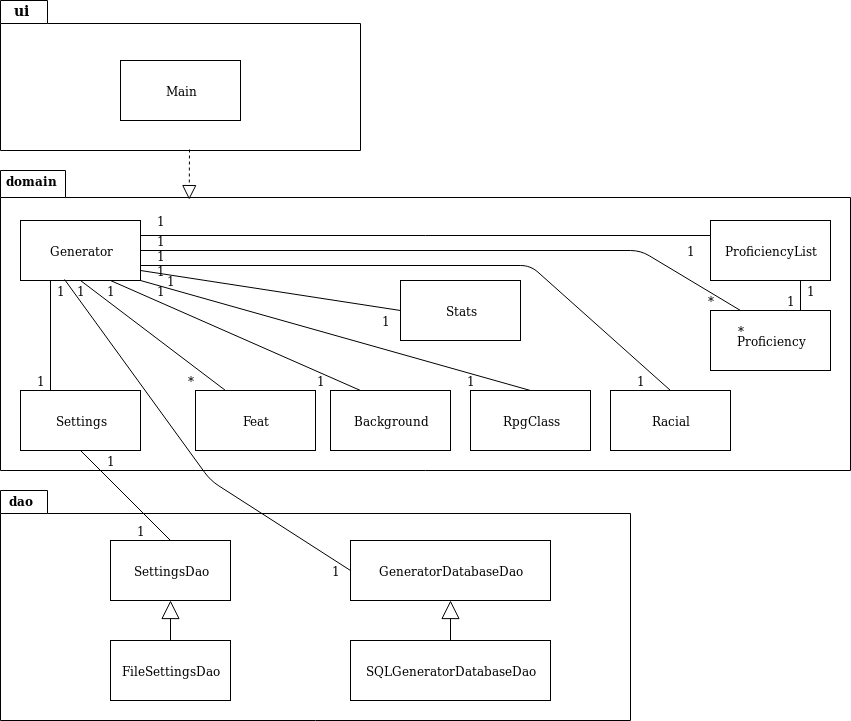
Above: dokumentointi/pakkauskaavio.png in Fumblessi/ot-harjoitustyo (draw.io), before the change. Source tidied: cells renumbered, new cells last; positions are measured from the earlier drawing's top-left corner, leaving out a move shared by most shapes.
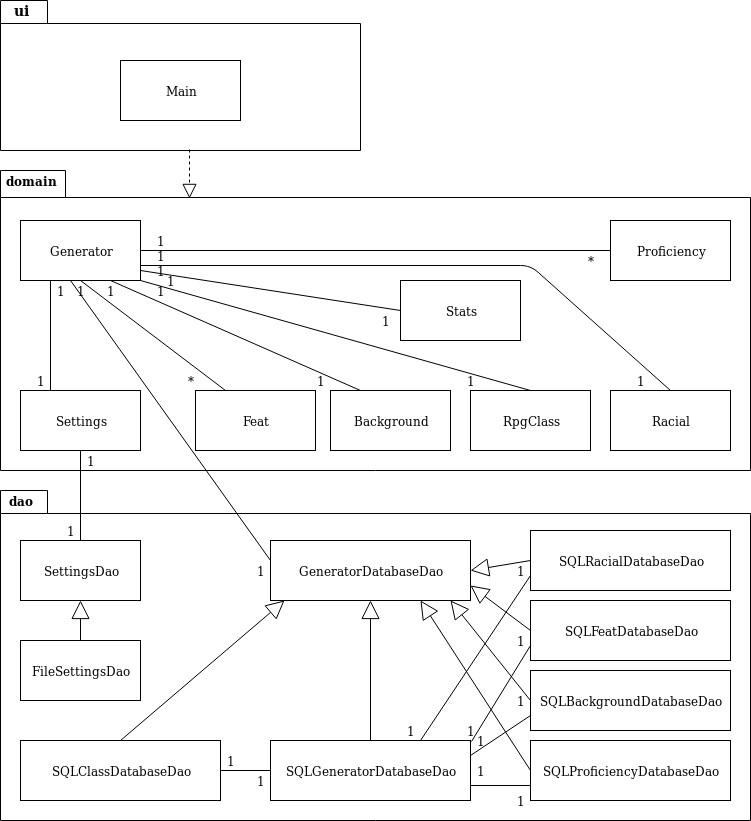
After the change.

Commit message:
uusi pakkauskaavio

Diff of the diagram source:
```diff
@@ -9,10 +9,10 @@
       <mxGeometry width="40" height="20" as="geometry" />
     </mxCell>
     <mxCell id="4" style="shape=folder;fontStyle=1;spacingTop=10;tabWidth=65;tabHeight=27;tabPosition=left;html=1;" parent="1" vertex="1">
-      <mxGeometry y="170" width="850" height="300" as="geometry" />
+      <mxGeometry y="170" width="750" height="300" as="geometry" />
     </mxCell>
     <mxCell id="5" style="shape=folder;fontStyle=1;spacingTop=10;tabWidth=47;tabHeight=23;tabPosition=left;html=1;" parent="1" vertex="1">
-      <mxGeometry y="490" width="630" height="230" as="geometry" />
+      <mxGeometry y="490" width="750" height="330" as="geometry" />
     </mxCell>
     <mxCell id="6" value="&lt;b&gt;domain&lt;/b&gt;" style="text;html=1;strokeColor=none;fillColor=none;align=center;verticalAlign=middle;whiteSpace=wrap;rounded=0;" parent="1" vertex="1">
       <mxGeometry x="10" y="170" width="40" height="20" as="geometry" />
@@ -23,7 +23,7 @@
     <mxCell id="8" value="Main" style="rounded=0;whiteSpace=wrap;html=1;" parent="1" vertex="1">
       <mxGeometry x="120" y="60" width="120" height="60" as="geometry" />
     </mxCell>
-    <mxCell id="9" style="endArrow=block;dashed=1;endFill=0;endSize=12;html=1;entryX=0.222;entryY=0.097;entryDx=0;entryDy=0;entryPerimeter=0;" parent="1" edge="1" target="4">
+    <mxCell id="9" style="endArrow=block;dashed=1;endFill=0;endSize=12;html=1;entryX=0.252;entryY=0.093;entryDx=0;entryDy=0;entryPerimeter=0;" parent="1" edge="1" target="4">
       <mxGeometry relative="1" as="geometry">
         <mxPoint x="189" y="149" as="sourcePoint" />
       </mxGeometry>
@@ -34,11 +34,8 @@
     <mxCell id="11" value="Settings" style="rounded=0;whiteSpace=wrap;html=1;" parent="1" vertex="1">
       <mxGeometry x="20" y="390" width="120" height="60" as="geometry" />
     </mxCell>
-    <mxCell id="12" value="ProficiencyList" style="rounded=0;whiteSpace=wrap;html=1;" parent="1" vertex="1">
-      <mxGeometry x="710" y="220" width="120" height="60" as="geometry" />
-    </mxCell>
     <mxCell id="13" value="Proficiency" style="rounded=0;whiteSpace=wrap;html=1;" parent="1" vertex="1">
-      <mxGeometry x="710" y="310" width="120" height="60" as="geometry" />
+      <mxGeometry x="610" y="220" width="120" height="60" as="geometry" />
     </mxCell>
     <mxCell id="14" value="Background" style="rounded=0;whiteSpace=wrap;html=1;" parent="1" vertex="1">
       <mxGeometry x="330" y="390" width="120" height="60" as="geometry" />
@@ -53,16 +50,16 @@
       <mxGeometry x="195" y="390" width="120" height="60" as="geometry" />
     </mxCell>
     <mxCell id="18" value="SettingsDao" style="rounded=0;whiteSpace=wrap;html=1;" parent="1" vertex="1">
-      <mxGeometry x="110" y="540" width="120" height="60" as="geometry" />
+      <mxGeometry x="20" y="540" width="120" height="60" as="geometry" />
     </mxCell>
     <mxCell id="19" value="FileSettingsDao" style="rounded=0;whiteSpace=wrap;html=1;" parent="1" vertex="1">
-      <mxGeometry x="110" y="640" width="120" height="60" as="geometry" />
+      <mxGeometry x="20" y="640" width="120" height="60" as="geometry" />
     </mxCell>
     <mxCell id="20" value="GeneratorDatabaseDao" style="rounded=0;whiteSpace=wrap;html=1;" parent="1" vertex="1">
-      <mxGeometry x="350" y="540" width="200" height="60" as="geometry" />
+      <mxGeometry x="270" y="540" width="200" height="60" as="geometry" />
     </mxCell>
     <mxCell id="21" value="SQLGeneratorDatabaseDao" style="rounded=0;whiteSpace=wrap;html=1;" parent="1" vertex="1">
-      <mxGeometry x="350" y="640" width="200" height="60" as="geometry" />
+      <mxGeometry x="270" y="740" width="200" height="60" as="geometry" />
     </mxCell>
     <mxCell id="22" style="endArrow=none;html=1;entryX=0.25;entryY=1;entryDx=0;entryDy=0;exitX=0.25;exitY=0;exitDx=0;exitDy=0;" parent="1" edge="1" source="11" target="10">
       <mxGeometry relative="1" as="geometry" />
@@ -83,39 +80,20 @@
         </Array>
       </mxGeometry>
     </mxCell>
-    <mxCell id="27" style="endArrow=none;html=1;exitX=0.25;exitY=0;exitDx=0;exitDy=0;entryX=1;entryY=0.5;entryDx=0;entryDy=0;" parent="1" edge="1" source="13" target="10">
-      <mxGeometry relative="1" as="geometry">
-        <Array as="points">
-          <mxPoint x="640" y="250" />
-        </Array>
-      </mxGeometry>
+    <mxCell id="27" style="endArrow=none;html=1;exitX=0;exitY=0.5;exitDx=0;exitDy=0;entryX=1;entryY=0.5;entryDx=0;entryDy=0;" parent="1" edge="1" source="13" target="10">
+      <mxGeometry relative="1" as="geometry" />
     </mxCell>
-    <mxCell id="28" style="endArrow=none;html=1;exitX=0.75;exitY=1;exitDx=0;exitDy=0;" parent="1" edge="1" source="12">
-      <mxGeometry relative="1" as="geometry">
-        <mxPoint x="800" y="310" as="targetPoint" />
-      </mxGeometry>
-    </mxCell>
     <mxCell id="29" style="endArrow=none;html=1;entryX=0.5;entryY=1;entryDx=0;entryDy=0;exitX=0.5;exitY=0;exitDx=0;exitDy=0;" parent="1" edge="1" source="18" target="11">
       <mxGeometry relative="1" as="geometry" />
     </mxCell>
     <mxCell id="30" style="endArrow=block;endSize=16;endFill=0;html=1;entryX=0.5;entryY=1;entryDx=0;entryDy=0;" parent="1" edge="1" source="19" target="18">
       <mxGeometry relative="1" as="geometry" />
     </mxCell>
-    <mxCell id="31" style="endArrow=block;endSize=16;endFill=0;html=1;entryX=0.5;entryY=1;entryDx=0;entryDy=0;exitX=0.5;exitY=0;exitDx=0;exitDy=0;" parent="1" edge="1" source="21" target="20">
-      <mxGeometry relative="1" as="geometry" />
-    </mxCell>
-    <mxCell id="32" style="endArrow=none;html=1;entryX=0.367;entryY=0.983;entryDx=0;entryDy=0;exitX=0;exitY=0.5;exitDx=0;exitDy=0;entryPerimeter=0;" parent="1" edge="1" source="20" target="10">
-      <mxGeometry relative="1" as="geometry">
-        <Array as="points">
-          <mxPoint x="210" y="480" />
-        </Array>
-      </mxGeometry>
-    </mxCell>
     <mxCell id="33" value="1" style="text;html=1;strokeColor=none;fillColor=none;align=center;verticalAlign=middle;whiteSpace=wrap;rounded=0;" parent="1" vertex="1">
-      <mxGeometry x="120" y="520" width="40" height="20" as="geometry" />
+      <mxGeometry x="50" y="520" width="40" height="20" as="geometry" />
     </mxCell>
     <mxCell id="34" value="1" style="text;html=1;strokeColor=none;fillColor=none;align=center;verticalAlign=middle;whiteSpace=wrap;rounded=0;" parent="1" vertex="1">
-      <mxGeometry x="90" y="450" width="40" height="20" as="geometry" />
+      <mxGeometry x="70" y="450" width="40" height="20" as="geometry" />
     </mxCell>
     <mxCell id="35" value="1" style="text;html=1;strokeColor=none;fillColor=none;align=center;verticalAlign=middle;whiteSpace=wrap;rounded=0;" parent="1" vertex="1">
       <mxGeometry x="20" y="370" width="40" height="20" as="geometry" />
@@ -136,17 +114,11 @@
       <mxGeometry x="140" y="230" width="40" height="20" as="geometry" />
     </mxCell>
     <mxCell id="41" value="1" style="text;html=1;strokeColor=none;fillColor=none;align=center;verticalAlign=middle;whiteSpace=wrap;rounded=0;" parent="1" vertex="1">
-      <mxGeometry x="315" y="560" width="40" height="20" as="geometry" />
+      <mxGeometry x="240" y="560" width="40" height="20" as="geometry" />
     </mxCell>
     <mxCell id="42" value="*" style="text;html=1;strokeColor=none;fillColor=none;align=center;verticalAlign=middle;whiteSpace=wrap;rounded=0;" parent="1" vertex="1">
       <mxGeometry x="170" y="370" width="40" height="20" as="geometry" />
     </mxCell>
-    <mxCell id="43" value="1" style="text;html=1;strokeColor=none;fillColor=none;align=center;verticalAlign=middle;whiteSpace=wrap;rounded=0;" parent="1" vertex="1">
-      <mxGeometry x="790" y="280" width="40" height="20" as="geometry" />
-    </mxCell>
-    <mxCell id="44" value="*" style="text;html=1;strokeColor=none;fillColor=none;align=center;verticalAlign=middle;whiteSpace=wrap;rounded=0;" parent="1" vertex="1">
-      <mxGeometry x="720" y="320" width="40" height="20" as="geometry" />
-    </mxCell>
     <mxCell id="45" value="1" style="text;html=1;strokeColor=none;fillColor=none;align=center;verticalAlign=middle;whiteSpace=wrap;rounded=0;" parent="1" vertex="1">
       <mxGeometry x="300" y="370" width="40" height="20" as="geometry" />
     </mxCell>
@@ -157,29 +129,17 @@
       <mxGeometry x="620" y="370" width="40" height="20" as="geometry" />
     </mxCell>
     <mxCell id="48" value="*" style="text;html=1;strokeColor=none;fillColor=none;align=center;verticalAlign=middle;whiteSpace=wrap;rounded=0;" parent="1" vertex="1">
-      <mxGeometry x="690" y="290" width="40" height="20" as="geometry" />
+      <mxGeometry x="570" y="250" width="40" height="20" as="geometry" />
     </mxCell>
     <mxCell id="49" value="1" style="text;html=1;strokeColor=none;fillColor=none;align=center;verticalAlign=middle;whiteSpace=wrap;rounded=0;" parent="1" vertex="1">
       <mxGeometry x="140" y="260" width="40" height="20" as="geometry" />
     </mxCell>
-    <mxCell id="50" style="endArrow=none;html=1;exitX=0;exitY=0.25;exitDx=0;exitDy=0;entryX=0;entryY=0.25;entryDx=0;entryDy=0;" parent="1" edge="1" source="12" target="40">
-      <mxGeometry relative="1" as="geometry" />
-    </mxCell>
-    <mxCell id="51" value="1" style="text;html=1;strokeColor=none;fillColor=none;align=center;verticalAlign=middle;whiteSpace=wrap;rounded=0;" parent="1" vertex="1">
-      <mxGeometry x="140" y="210" width="40" height="20" as="geometry" />
-    </mxCell>
-    <mxCell id="52" value="1" style="text;html=1;strokeColor=none;fillColor=none;align=center;verticalAlign=middle;whiteSpace=wrap;rounded=0;" parent="1" vertex="1">
-      <mxGeometry x="670" y="240" width="40" height="20" as="geometry" />
-    </mxCell>
     <mxCell id="53" value="1" style="text;html=1;strokeColor=none;fillColor=none;align=center;verticalAlign=middle;whiteSpace=wrap;rounded=0;" parent="1" vertex="1">
       <mxGeometry x="140" y="245" width="40" height="20" as="geometry" />
     </mxCell>
     <mxCell id="54" value="Stats" style="rounded=0;whiteSpace=wrap;html=1;" parent="1" vertex="1">
       <mxGeometry x="400" y="280" width="120" height="60" as="geometry" />
     </mxCell>
-    <mxCell id="55" value="1" style="text;html=1;strokeColor=none;fillColor=none;align=center;verticalAlign=middle;whiteSpace=wrap;rounded=0;" parent="1" vertex="1">
-      <mxGeometry x="770" y="290" width="40" height="20" as="geometry" />
-    </mxCell>
     <mxCell id="56" style="endArrow=none;html=1;entryX=0;entryY=0.5;entryDx=0;entryDy=0;exitX=0;exitY=0.5;exitDx=0;exitDy=0;" parent="1" edge="1" source="54" target="49">
       <mxGeometry relative="1" as="geometry" />
     </mxCell>
@@ -189,5 +149,88 @@
     <mxCell id="58" value="1" style="text;html=1;strokeColor=none;fillColor=none;align=center;verticalAlign=middle;whiteSpace=wrap;rounded=0;" parent="1" vertex="1">
       <mxGeometry x="365" y="310" width="40" height="20" as="geometry" />
     </mxCell>
+    <mxCell id="31" style="endArrow=block;endSize=16;endFill=0;html=1;exitX=0.5;exitY=0;exitDx=0;exitDy=0;entryX=0.5;entryY=1;entryDx=0;entryDy=0;" parent="1" edge="1" source="21" target="20">
+      <mxGeometry relative="1" as="geometry" />
+    </mxCell>
+    <mxCell id="59" value="SQLProficiencyDatabaseDao" style="rounded=0;whiteSpace=wrap;html=1;" parent="1" vertex="1">
+      <mxGeometry x="530" y="740" width="200" height="60" as="geometry" />
+    </mxCell>
+    <mxCell id="60" value="SQLRacialDatabaseDao" style="rounded=0;whiteSpace=wrap;html=1;" parent="1" vertex="1">
+      <mxGeometry x="530" y="530" width="200" height="60" as="geometry" />
+    </mxCell>
+    <mxCell id="61" value="SQLClassDatabaseDao" style="rounded=0;whiteSpace=wrap;html=1;" parent="1" vertex="1">
+      <mxGeometry x="20" y="740" width="200" height="60" as="geometry" />
+    </mxCell>
+    <mxCell id="62" value="SQLBackgroundDatabaseDao" style="rounded=0;whiteSpace=wrap;html=1;" parent="1" vertex="1">
+      <mxGeometry x="530" y="670" width="200" height="60" as="geometry" />
+    </mxCell>
+    <mxCell id="63" value="SQLFeatDatabaseDao" style="rounded=0;whiteSpace=wrap;html=1;" parent="1" vertex="1">
+      <mxGeometry x="530" y="600" width="200" height="60" as="geometry" />
+    </mxCell>
+    <mxCell id="64" style="endArrow=block;endSize=16;endFill=0;html=1;entryX=0.07;entryY=1;entryDx=0;entryDy=0;exitX=0.5;exitY=0;exitDx=0;exitDy=0;entryPerimeter=0;" parent="1" edge="1" source="61" target="20">
+      <mxGeometry relative="1" as="geometry" />
+    </mxCell>
+    <mxCell id="65" style="endArrow=block;endSize=16;endFill=0;html=1;entryX=0.75;entryY=1;entryDx=0;entryDy=0;exitX=0;exitY=0.5;exitDx=0;exitDy=0;" parent="1" edge="1" source="59" target="20">
+      <mxGeometry relative="1" as="geometry" />
+    </mxCell>
+    <mxCell id="66" style="endArrow=block;endSize=16;endFill=0;html=1;entryX=0.9;entryY=1;entryDx=0;entryDy=0;exitX=0;exitY=0.5;exitDx=0;exitDy=0;entryPerimeter=0;" parent="1" edge="1" source="62" target="20">
+      <mxGeometry relative="1" as="geometry" />
+    </mxCell>
+    <mxCell id="67" style="endArrow=block;endSize=16;endFill=0;html=1;entryX=1;entryY=0.75;entryDx=0;entryDy=0;exitX=0;exitY=0.5;exitDx=0;exitDy=0;" parent="1" edge="1" source="63" target="20">
+      <mxGeometry relative="1" as="geometry" />
+    </mxCell>
+    <mxCell id="68" style="endArrow=block;endSize=16;endFill=0;html=1;entryX=1;entryY=0.5;entryDx=0;entryDy=0;exitX=0;exitY=0.5;exitDx=0;exitDy=0;" parent="1" edge="1" source="60" target="20">
+      <mxGeometry relative="1" as="geometry" />
+    </mxCell>
+    <mxCell id="69" style="endArrow=none;html=1;entryX=0;entryY=0.75;entryDx=0;entryDy=0;exitX=0.75;exitY=0;exitDx=0;exitDy=0;" parent="1" edge="1" source="21" target="60">
+      <mxGeometry relative="1" as="geometry" />
+    </mxCell>
+    <mxCell id="70" style="endArrow=none;html=1;entryX=0;entryY=0.75;entryDx=0;entryDy=0;exitX=1.005;exitY=0.017;exitDx=0;exitDy=0;exitPerimeter=0;" parent="1" edge="1" source="21" target="63">
+      <mxGeometry relative="1" as="geometry" />
+    </mxCell>
+    <mxCell id="71" style="endArrow=none;html=1;entryX=0;entryY=0.75;entryDx=0;entryDy=0;exitX=1;exitY=0.25;exitDx=0;exitDy=0;" parent="1" edge="1" source="21" target="62">
+      <mxGeometry relative="1" as="geometry" />
+    </mxCell>
+    <mxCell id="72" style="endArrow=none;html=1;entryX=0;entryY=0.75;entryDx=0;entryDy=0;exitX=1;exitY=0.75;exitDx=0;exitDy=0;" parent="1" edge="1" source="21" target="59">
+      <mxGeometry relative="1" as="geometry" />
+    </mxCell>
+    <mxCell id="73" style="endArrow=none;html=1;exitX=1;exitY=0.5;exitDx=0;exitDy=0;" parent="1" edge="1" source="61">
+      <mxGeometry relative="1" as="geometry">
+        <mxPoint x="270" y="770" as="targetPoint" />
+      </mxGeometry>
+    </mxCell>
+    <mxCell id="74" value="1" style="text;html=1;strokeColor=none;fillColor=none;align=center;verticalAlign=middle;whiteSpace=wrap;rounded=0;" parent="1" vertex="1">
+      <mxGeometry x="210" y="750" width="40" height="20" as="geometry" />
+    </mxCell>
+    <mxCell id="75" value="1" style="text;html=1;strokeColor=none;fillColor=none;align=center;verticalAlign=middle;whiteSpace=wrap;rounded=0;" parent="1" vertex="1">
+      <mxGeometry x="240" y="770" width="40" height="20" as="geometry" />
+    </mxCell>
+    <mxCell id="76" value="1" style="text;html=1;strokeColor=none;fillColor=none;align=center;verticalAlign=middle;whiteSpace=wrap;rounded=0;" parent="1" vertex="1">
+      <mxGeometry x="460" y="760" width="40" height="20" as="geometry" />
+    </mxCell>
+    <mxCell id="77" value="1" style="text;html=1;strokeColor=none;fillColor=none;align=center;verticalAlign=middle;whiteSpace=wrap;rounded=0;" parent="1" vertex="1">
+      <mxGeometry x="500" y="790" width="40" height="20" as="geometry" />
+    </mxCell>
+    <mxCell id="78" value="1" style="text;html=1;strokeColor=none;fillColor=none;align=center;verticalAlign=middle;whiteSpace=wrap;rounded=0;" parent="1" vertex="1">
+      <mxGeometry x="460" y="730" width="40" height="20" as="geometry" />
+    </mxCell>
+    <mxCell id="79" value="1" style="text;html=1;strokeColor=none;fillColor=none;align=center;verticalAlign=middle;whiteSpace=wrap;rounded=0;" parent="1" vertex="1">
+      <mxGeometry x="450" y="720" width="40" height="20" as="geometry" />
+    </mxCell>
+    <mxCell id="80" value="1" style="text;html=1;strokeColor=none;fillColor=none;align=center;verticalAlign=middle;whiteSpace=wrap;rounded=0;" parent="1" vertex="1">
+      <mxGeometry x="390" y="720" width="40" height="20" as="geometry" />
+    </mxCell>
+    <mxCell id="81" value="1" style="text;html=1;strokeColor=none;fillColor=none;align=center;verticalAlign=middle;whiteSpace=wrap;rounded=0;" parent="1" vertex="1">
+      <mxGeometry x="500" y="690" width="40" height="20" as="geometry" />
+    </mxCell>
+    <mxCell id="82" value="1" style="text;html=1;strokeColor=none;fillColor=none;align=center;verticalAlign=middle;whiteSpace=wrap;rounded=0;" parent="1" vertex="1">
+      <mxGeometry x="500" y="630" width="40" height="20" as="geometry" />
+    </mxCell>
+    <mxCell id="83" value="1" style="text;html=1;strokeColor=none;fillColor=none;align=center;verticalAlign=middle;whiteSpace=wrap;rounded=0;" parent="1" vertex="1">
+      <mxGeometry x="500" y="560" width="40" height="20" as="geometry" />
+    </mxCell>
+    <mxCell id="84" style="endArrow=none;html=1;entryX=0.25;entryY=0;entryDx=0;entryDy=0;exitX=0.75;exitY=0;exitDx=0;exitDy=0;" parent="1" edge="1" source="41" target="37">
+      <mxGeometry relative="1" as="geometry" />
+    </mxCell>
   </root>
 </mxGraphModel>
```
